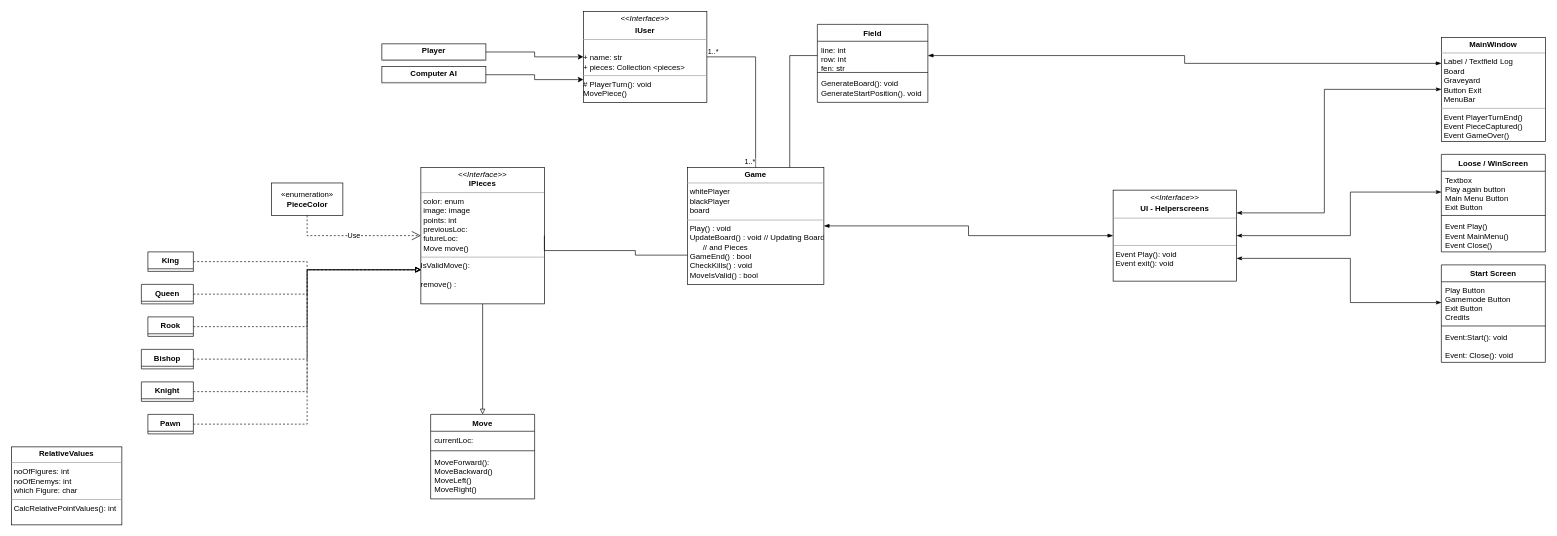
Above: Unbenanntes Diagramm.drawio in Bl8nk20/Chess (draw.io), before the change. Source tidied: cells renumbered, new cells numbered last; positions are measured from the earlier drawing's top-left corner, leaving out a move shared by most shapes. Both pictures are drawn from the tidied source at 65%, with x=0, y=0 at pixel (11, 11).
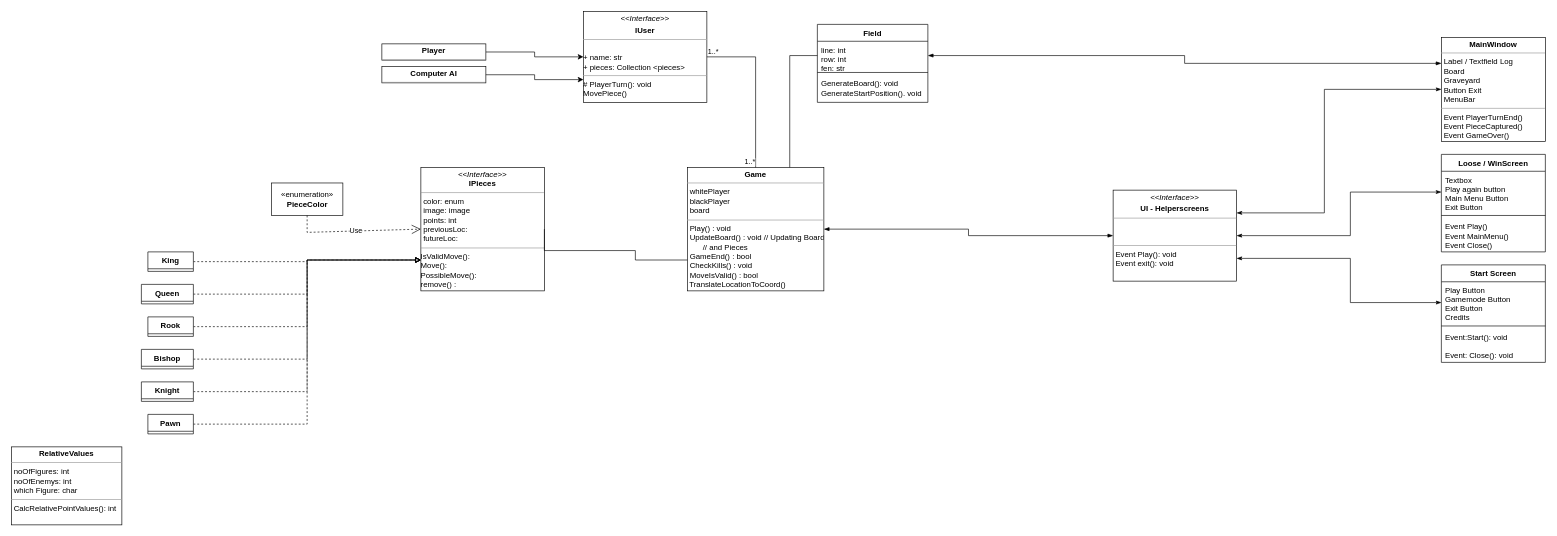
The same page after the edit.

Unchanged cells that the change refers to:
```xml
<mxCell id="4" value="«enumeration»&lt;br&gt;&lt;b&gt;PieceColor&lt;/b&gt;" style="html=1;" parent="1" vertex="1">
  <mxGeometry x="400" y="264" width="110" height="50" as="geometry" />
</mxCell>
```

The edit, as a diff of the source:
```diff
@@
-    <mxCell id="2" value="&lt;p style=&quot;margin:0px;margin-top:4px;text-align:center;&quot;&gt;&lt;b&gt;Game&lt;/b&gt;&lt;br&gt;&lt;/p&gt;&lt;hr size=&quot;1&quot;&gt;&lt;p style=&quot;margin:0px;margin-left:4px;&quot;&gt;whitePlayer&lt;/p&gt;&lt;p style=&quot;margin:0px;margin-left:4px;&quot;&gt;blackPlayer&lt;/p&gt;&lt;p style=&quot;margin:0px;margin-left:4px;&quot;&gt;board&lt;/p&gt;&lt;hr size=&quot;1&quot;&gt;&lt;p style=&quot;margin:0px;margin-left:4px;&quot;&gt;Play() : void&lt;/p&gt;&lt;p style=&quot;margin:0px;margin-left:4px;&quot;&gt;UpdateBoard() : void // Updating Board &lt;br&gt;&lt;/p&gt;&lt;p style=&quot;margin:0px;margin-left:4px;&quot;&gt;&lt;span style=&quot;white-space: pre;&quot;&gt; &lt;/span&gt;&lt;span style=&quot;white-space: pre;&quot;&gt; &lt;/span&gt;&lt;span style=&quot;white-space: pre;&quot;&gt; &lt;/span&gt;&lt;span style=&quot;white-space: pre;&quot;&gt; &lt;/span&gt;&amp;nbsp; // and Pieces&lt;br&gt;&lt;/p&gt;&lt;p style=&quot;margin:0px;margin-left:4px;&quot;&gt;GameEnd() : bool&lt;/p&gt;&lt;p style=&quot;margin:0px;margin-left:4px;&quot;&gt;CheckKills() : void&lt;/p&gt;&lt;p style=&quot;margin:0px;margin-left:4px;&quot;&gt;MoveIsValid() : bool&lt;br&gt;&lt;/p&gt;" style="verticalAlign=top;align=left;overflow=fill;fontSize=12;fontFamily=Helvetica;html=1;" parent="1" vertex="1">
-      <mxGeometry x="1040" y="240" width="210" height="180" as="geometry" />
+    <mxCell id="2" value="&lt;p style=&quot;margin:0px;margin-top:4px;text-align:center;&quot;&gt;&lt;b&gt;Game&lt;/b&gt;&lt;br&gt;&lt;/p&gt;&lt;hr size=&quot;1&quot;&gt;&lt;p style=&quot;margin:0px;margin-left:4px;&quot;&gt;whitePlayer&lt;/p&gt;&lt;p style=&quot;margin:0px;margin-left:4px;&quot;&gt;blackPlayer&lt;/p&gt;&lt;p style=&quot;margin:0px;margin-left:4px;&quot;&gt;board&lt;/p&gt;&lt;hr size=&quot;1&quot;&gt;&lt;p style=&quot;margin:0px;margin-left:4px;&quot;&gt;Play() : void&lt;/p&gt;&lt;p style=&quot;margin:0px;margin-left:4px;&quot;&gt;UpdateBoard() : void // Updating Board &lt;br&gt;&lt;/p&gt;&lt;p style=&quot;margin:0px;margin-left:4px;&quot;&gt;&lt;span style=&quot;white-space: pre;&quot;&gt; &lt;/span&gt;&lt;span style=&quot;white-space: pre;&quot;&gt; &lt;/span&gt;&lt;span style=&quot;white-space: pre;&quot;&gt; &lt;/span&gt;&lt;span style=&quot;white-space: pre;&quot;&gt; &lt;/span&gt;&amp;nbsp; // and Pieces&lt;br&gt;&lt;/p&gt;&lt;p style=&quot;margin:0px;margin-left:4px;&quot;&gt;GameEnd() : bool&lt;/p&gt;&lt;p style=&quot;margin:0px;margin-left:4px;&quot;&gt;CheckKills() : void&lt;/p&gt;&lt;p style=&quot;margin:0px;margin-left:4px;&quot;&gt;MoveIsValid() : bool&lt;br&gt;&lt;/p&gt;&lt;div&gt;&amp;nbsp;TranslateLocationToCoord()&lt;br&gt;&lt;/div&gt;" style="verticalAlign=top;align=left;overflow=fill;fontSize=12;fontFamily=Helvetica;html=1;" parent="1" vertex="1">
+      <mxGeometry x="1040" y="240" width="210" height="190" as="geometry" />
     </mxCell>
@@
-    <mxCell id="5" value="&lt;p style=&quot;margin:0px;margin-top:4px;text-align:center;&quot;&gt;&lt;i&gt;&amp;lt;&amp;lt;Interface&amp;gt;&amp;gt;&lt;/i&gt;&lt;br&gt;&lt;b&gt;IPieces&lt;/b&gt;&lt;br&gt;&lt;/p&gt;&lt;hr size=&quot;1&quot;&gt;&lt;p style=&quot;margin:0px;margin-left:4px;&quot;&gt;color: enum&lt;/p&gt;&lt;p style=&quot;margin:0px;margin-left:4px;&quot;&gt;image: image&lt;/p&gt;&lt;p style=&quot;margin:0px;margin-left:4px;&quot;&gt;points: int&lt;/p&gt;&lt;p style=&quot;margin:0px;margin-left:4px;&quot;&gt;previousLoc:&lt;/p&gt;&lt;p style=&quot;margin:0px;margin-left:4px;&quot;&gt;futureLoc:&lt;/p&gt;&lt;p style=&quot;margin:0px;margin-left:4px;&quot;&gt;Move move()&lt;br&gt;&lt;/p&gt;&lt;hr size=&quot;1&quot;&gt;&lt;div&gt;IsValidMove():&lt;/div&gt;&lt;div&gt;&amp;nbsp;&lt;br&gt;&lt;/div&gt;&lt;div&gt;remove() :&lt;br&gt;&lt;/div&gt;" style="verticalAlign=top;align=left;overflow=fill;fontSize=12;fontFamily=Helvetica;html=1;" parent="1" vertex="1">
-      <mxGeometry x="630" y="240" width="190" height="210" as="geometry" />
+    <mxCell id="5" value="&lt;p style=&quot;margin:0px;margin-top:4px;text-align:center;&quot;&gt;&lt;i&gt;&amp;lt;&amp;lt;Interface&amp;gt;&amp;gt;&lt;/i&gt;&lt;br&gt;&lt;b&gt;IPieces&lt;/b&gt;&lt;br&gt;&lt;/p&gt;&lt;hr size=&quot;1&quot;&gt;&lt;p style=&quot;margin:0px;margin-left:4px;&quot;&gt;color: enum&lt;/p&gt;&lt;p style=&quot;margin:0px;margin-left:4px;&quot;&gt;image: image&lt;/p&gt;&lt;p style=&quot;margin:0px;margin-left:4px;&quot;&gt;points: int&lt;/p&gt;&lt;p style=&quot;margin:0px;margin-left:4px;&quot;&gt;previousLoc:&lt;/p&gt;&lt;p style=&quot;margin:0px;margin-left:4px;&quot;&gt;futureLoc:&lt;/p&gt;&lt;hr size=&quot;1&quot;&gt;&lt;div&gt;IsValidMove():&lt;/div&gt;&lt;div&gt;Move(): &lt;br&gt;&lt;/div&gt;&lt;div&gt;PossibleMove():&amp;nbsp; &lt;br&gt;&lt;/div&gt;&lt;div&gt;remove() :&lt;br&gt;&lt;/div&gt;" style="verticalAlign=top;align=left;overflow=fill;fontSize=12;fontFamily=Helvetica;html=1;" parent="1" vertex="1">
+      <mxGeometry x="630" y="240" width="190" height="190" as="geometry" />
     </mxCell>
@@
     <mxCell id="26" value="Use" style="endArrow=open;endSize=12;dashed=1;html=1;rounded=0;exitX=0.5;exitY=1;exitDx=0;exitDy=0;entryX=0;entryY=0.5;entryDx=0;entryDy=0;" parent="1" edge="1" source="4" target="5">
       <mxGeometry relative="1" as="geometry">
         <Array as="points">
-          <mxPoint x="455" y="345" />
+          <mxPoint x="455" y="340" />
         </Array>
       </mxGeometry>
     </mxCell>
@@
-    <mxCell id="46" style="edgeStyle=orthogonalEdgeStyle;rounded=0;jettySize=auto;html=1;exitX=0.5;exitY=0;exitDx=0;exitDy=0;entryX=0.5;entryY=1;entryDx=0;entryDy=0;strokeColor=#000000;startArrow=block;startFill=0;endArrow=none;endFill=0;" parent="1" edge="1" source="47" target="5">
-      <mxGeometry relative="1" as="geometry" />
-    </mxCell>
-    <mxCell id="47" value="Move" style="swimlane;fontStyle=1;align=center;verticalAlign=top;horizontal=1;startSize=26;" parent="1" vertex="1">
-      <mxGeometry x="645" y="620" width="160" height="130" as="geometry" />
-    </mxCell>
-    <mxCell id="48" value="currentLoc: " style="text;strokeColor=none;fillColor=none;align=left;verticalAlign=top;spacingLeft=4;spacingRight=4;overflow=hidden;" parent="47" vertex="1">
-      <mxGeometry y="26" width="160" height="26" as="geometry" />
-    </mxCell>
-    <mxCell id="49" style="line;strokeWidth=1;fillColor=none;align=left;verticalAlign=middle;spacingTop=-1;spacingLeft=3;spacingRight=3;labelPosition=right;strokeColor=inherit;" parent="47" vertex="1">
-      <mxGeometry y="52" width="160" height="8" as="geometry" />
-    </mxCell>
-    <mxCell id="50" value="MoveForward():&#10;MoveBackward()&#10;MoveLeft()&#10;MoveRight()&#10;" style="text;strokeColor=none;fillColor=none;align=left;verticalAlign=top;spacingLeft=4;spacingRight=4;overflow=hidden;" parent="47" vertex="1">
-      <mxGeometry y="60" width="160" height="70" as="geometry" />
-    </mxCell>
```
